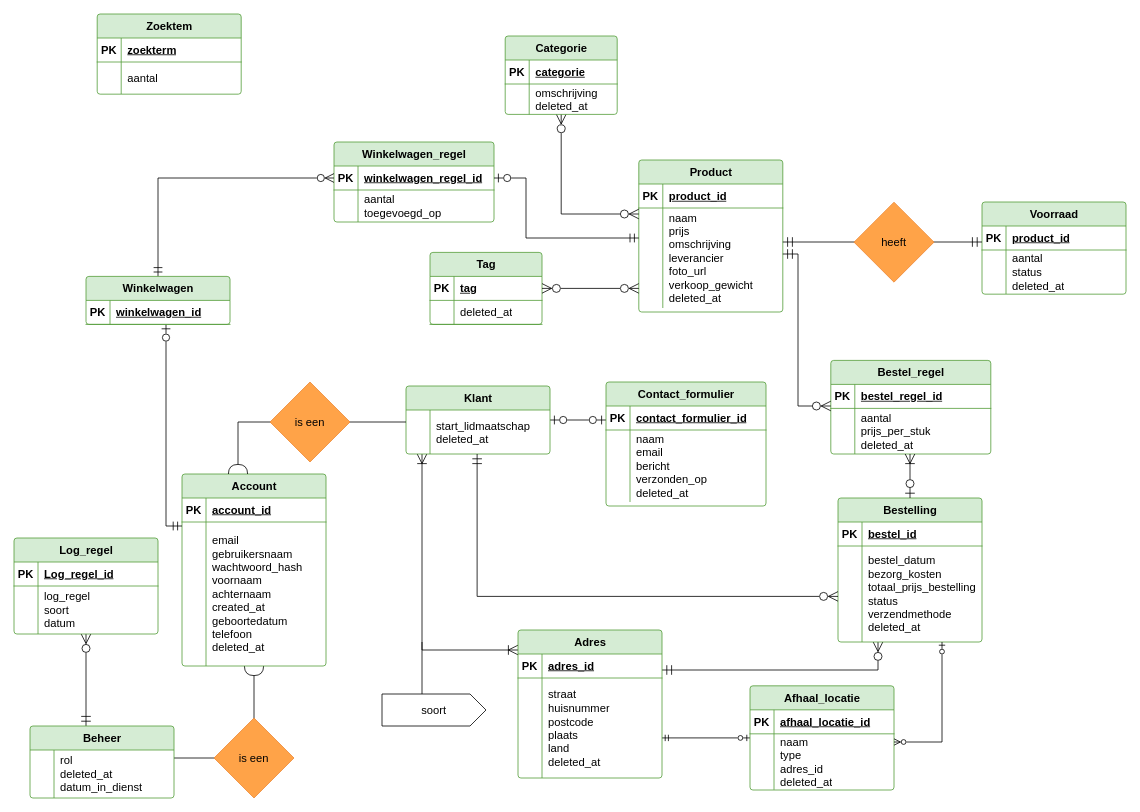
The draw.io diagram page "ERD" (2 of 2) of diagram_bestanden/DB_diagrammen.drawio in renee77/applicatie_useITtoo, before the edit. Source tidied: cells renumbered, new cells numbered last; positions are measured from the earlier drawing's top-left corner, leaving out a move shared by most shapes. Both pictures are drawn from the tidied source at 80%, with x=0, y=0 at pixel (-154, 14).
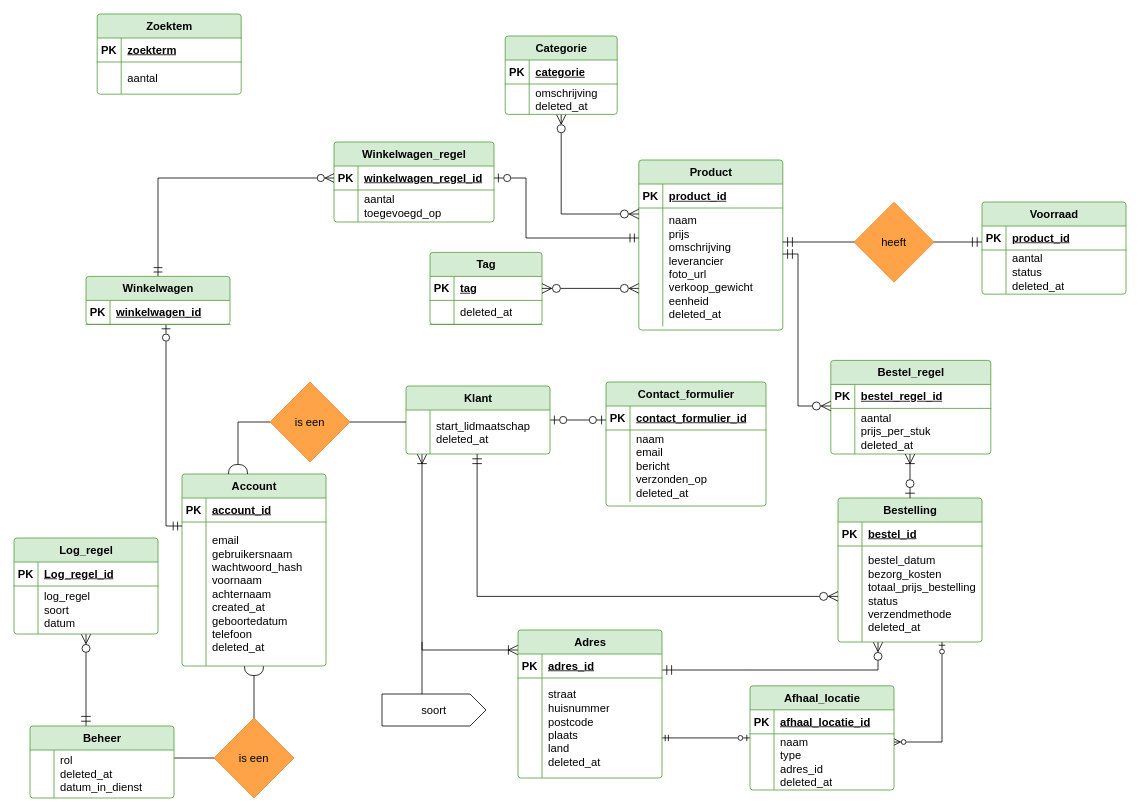
The same diagram, later.

Diff of the diagram source:
```diff
@@
     <mxCell id="5" value="Product" style="shape=table;startSize=30;childLayout=tableLayout;rowLines=0;fontStyle=1;align=center;html=1;rounded=1;shadow=0;dashed=0;strokeColor=#549E39;strokeWidth=1;verticalAlign=middle;arcSize=4;fontFamily=Helvetica;fontSize=14;fontColor=default;horizontal=1;fillColor=#D5ECD4;" parent="1" vertex="1">
-      <mxGeometry x="991" y="182.5" width="180" height="190" as="geometry" />
+      <mxGeometry x="991" y="182.5" width="180" height="212.5" as="geometry" />
     </mxCell>
@@
     <mxCell id="9" style="shape=tableRow;horizontal=0;startSize=0;swimlaneHead=0;swimlaneBody=0;fillColor=none;points=[[0,0.5],[1,0.5]];portConstraint=eastwest;top=0;left=0;right=0;bottom=0;rounded=1;shadow=0;dashed=0;strokeColor=#549E39;strokeWidth=1;align=center;verticalAlign=middle;arcSize=4;fontFamily=Helvetica;fontSize=14;fontColor=default;fontStyle=0;spacing=0;" parent="5" vertex="1">
-      <mxGeometry y="60" width="180" height="125" as="geometry" />
+      <mxGeometry y="60" width="180" height="148" as="geometry" />
     </mxCell>
     <mxCell id="10" style="shape=partialRectangle;fillColor=none;top=0;left=0;bottom=0;right=0;overflow=hidden;whiteSpace=wrap;html=1;rounded=1;shadow=0;dashed=0;strokeColor=#549E39;strokeWidth=1;align=center;verticalAlign=bottom;arcSize=4;fontFamily=Helvetica;fontSize=14;fontColor=default;fontStyle=0;horizontal=1;" parent="9" vertex="1">
-      <mxGeometry width="30" height="125" as="geometry" />
+      <mxGeometry width="30" height="148" as="geometry" />
     </mxCell>
-    <mxCell id="11" value="naam&lt;div&gt;prijs&lt;/div&gt;&lt;div&gt;omschrijving&lt;/div&gt;&lt;div&gt;leverancier&lt;/div&gt;&lt;div&gt;foto_url&lt;/div&gt;&lt;div&gt;verkoop_gewicht&lt;/div&gt;&lt;div&gt;deleted_at&lt;/div&gt;" style="shape=partialRectangle;fillColor=none;top=0;left=0;bottom=0;right=0;align=left;spacingLeft=6;overflow=hidden;whiteSpace=wrap;html=1;rounded=1;shadow=0;dashed=0;strokeColor=#549E39;strokeWidth=1;verticalAlign=middle;arcSize=4;fontFamily=Helvetica;fontSize=14;fontColor=default;fontStyle=0;horizontal=1;" parent="9" vertex="1">
-      <mxGeometry x="30" width="150" height="125" as="geometry" />
+    <mxCell id="11" value="naam&lt;div&gt;prijs&lt;/div&gt;&lt;div&gt;omschrijving&lt;/div&gt;&lt;div&gt;leverancier&lt;/div&gt;&lt;div&gt;foto_url&lt;/div&gt;&lt;div&gt;verkoop_gewicht&lt;/div&gt;&lt;div&gt;eenheid&lt;/div&gt;&lt;div&gt;deleted_at&lt;/div&gt;" style="shape=partialRectangle;fillColor=none;top=0;left=0;bottom=0;right=0;align=left;spacingLeft=6;overflow=hidden;whiteSpace=wrap;html=1;rounded=1;shadow=0;dashed=0;strokeColor=#549E39;strokeWidth=1;verticalAlign=middle;arcSize=4;fontFamily=Helvetica;fontSize=14;fontColor=default;fontStyle=0;horizontal=1;" parent="9" vertex="1">
+      <mxGeometry x="30" width="150" height="148" as="geometry" />
     </mxCell>
```
